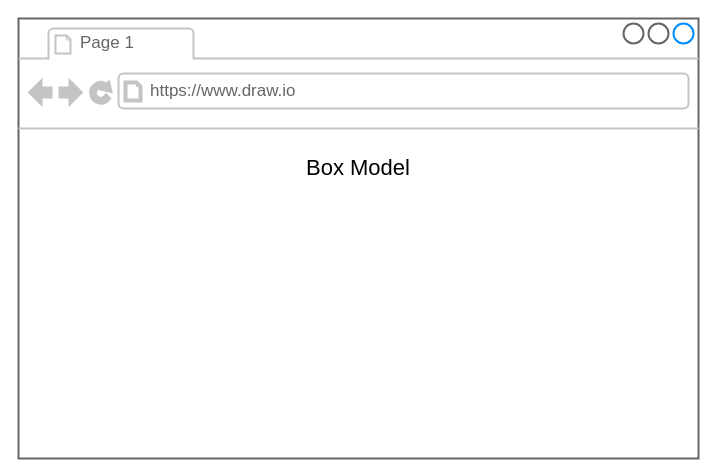
The draw.io diagram Fase 2.drawio in JoseSuarezLL/DSW-JoseSuarez-Periodo-301122_30, before the edit. Source tidied: cells renumbered, new cells numbered last; positions are measured from the earlier drawing's top-left corner, leaving out a move shared by most shapes. Both pictures are drawn from the tidied source at 100%, with x=0, y=0 at pixel (18, 18).
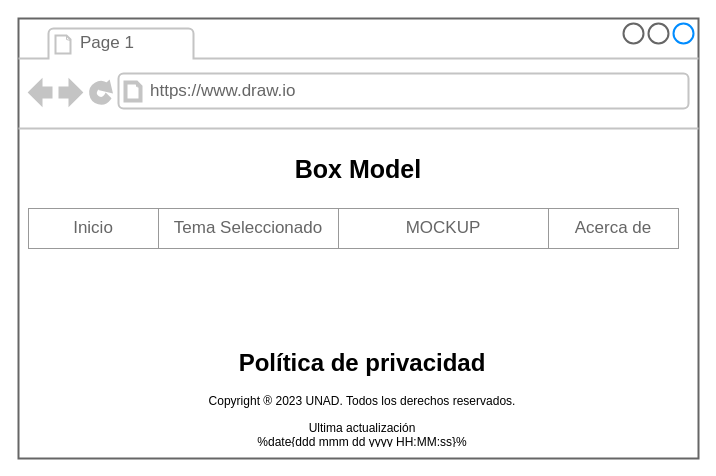
Above is the later version.

Change to the diagram source:
```diff
@@
 <mxGraphModel>
   <root>
     <mxCell id="0" />
     <mxCell id="1" parent="0" />
     <mxCell id="2" style="strokeWidth=2;shadow=0;dashed=0;align=center;html=1;shape=mxgraph.mockup.containers.browserWindow;rSize=0;strokeColor=#666666;strokeColor2=#008cff;strokeColor3=#c4c4c4;mainText=,;" parent="1" vertex="1">
       <mxGeometry width="680" height="440" as="geometry" />
     </mxCell>
     <mxCell id="3" value="Page 1" style="strokeWidth=1;shadow=0;dashed=0;align=center;html=1;shape=mxgraph.mockup.containers.anchor;fontSize=17;fontColor=#666666;align=left;" parent="2" vertex="1">
       <mxGeometry x="60" y="12" width="110" height="26" as="geometry" />
     </mxCell>
     <mxCell id="4" value="https://www.draw.io" style="strokeWidth=1;shadow=0;dashed=0;align=center;html=1;shape=mxgraph.mockup.containers.anchor;rSize=0;fontSize=17;fontColor=#666666;align=left;" parent="2" vertex="1">
       <mxGeometry x="130" y="60" width="250" height="26" as="geometry" />
     </mxCell>
-    <mxCell id="5" value="&lt;font style=&quot;font-size: 22px;&quot;&gt;Box Model&lt;/font&gt;" style="text;html=1;strokeColor=none;fillColor=none;align=center;verticalAlign=middle;whiteSpace=wrap;rounded=0;strokeWidth=7;perimeterSpacing=6;" parent="2" vertex="1">
+    <mxCell id="5" value="&lt;font style=&quot;font-size: 25px;&quot;&gt;Box Model&lt;/font&gt;" style="text;html=1;strokeColor=none;fillColor=none;align=center;verticalAlign=middle;whiteSpace=wrap;rounded=0;strokeWidth=7;perimeterSpacing=6;fontStyle=1;fontSize=25;" parent="2" vertex="1">
       <mxGeometry x="270" y="120" width="140" height="60" as="geometry" />
     </mxCell>
+    <mxCell id="6" style="strokeWidth=1;shadow=0;dashed=0;align=center;html=1;shape=mxgraph.mockup.forms.rrect;rSize=0;strokeColor=#999999;" parent="2" vertex="1">
+      <mxGeometry x="10" y="190" width="650" height="40" as="geometry" />
+    </mxCell>
+    <mxCell id="7" value="Inicio" style="strokeColor=inherit;fillColor=inherit;gradientColor=inherit;strokeWidth=1;shadow=0;dashed=0;align=center;html=1;shape=mxgraph.mockup.forms.rrect;rSize=0;fontSize=17;fontColor=#666666;whiteSpace=wrap;" parent="6" vertex="1">
+      <mxGeometry width="130" height="40" as="geometry" />
+    </mxCell>
+    <mxCell id="8" value="Tema Seleccionado" style="strokeColor=inherit;fillColor=inherit;gradientColor=inherit;strokeWidth=1;shadow=0;dashed=0;align=center;html=1;shape=mxgraph.mockup.forms.rrect;rSize=0;fontSize=17;fontColor=#666666;whiteSpace=wrap;" parent="6" vertex="1">
+      <mxGeometry x="130" width="180" height="40" as="geometry" />
+    </mxCell>
+    <mxCell id="9" value="MOCKUP" style="strokeColor=inherit;fillColor=inherit;gradientColor=inherit;strokeWidth=1;shadow=0;dashed=0;align=center;html=1;shape=mxgraph.mockup.forms.rrect;rSize=0;fontSize=17;fontColor=#666666;whiteSpace=wrap;" parent="6" vertex="1">
+      <mxGeometry x="310" width="210" height="40" as="geometry" />
+    </mxCell>
+    <mxCell id="10" value="Acerca de" style="strokeColor=inherit;fillColor=inherit;gradientColor=inherit;strokeWidth=1;shadow=0;dashed=0;align=center;html=1;shape=mxgraph.mockup.forms.rrect;rSize=0;fontSize=17;fontColor=#666666;whiteSpace=wrap;" parent="6" vertex="1">
+      <mxGeometry x="520" width="130" height="40" as="geometry" />
+    </mxCell>
+    <mxCell id="11" value="&lt;h1&gt;Política de privacidad&lt;/h1&gt;&lt;p&gt;Copyright&amp;nbsp;® 2023 UNAD. Todos los derechos reservados.&lt;/p&gt;" style="text;html=1;strokeColor=none;fillColor=none;spacing=5;spacingTop=-20;whiteSpace=wrap;overflow=hidden;rounded=0;align=center;" parent="2" vertex="1">
+      <mxGeometry x="144" y="325" width="400" height="75" as="geometry" />
+    </mxCell>
+    <mxCell id="12" value="Ultima actualización &lt;br&gt;%date{ddd mmm dd yyyy HH:MM:ss}%" style="text;html=1;strokeColor=none;fillColor=none;align=center;verticalAlign=middle;whiteSpace=wrap;overflow=hidden;" parent="2" vertex="1">
+      <mxGeometry x="154" y="400" width="380" height="30" as="geometry" />
+    </mxCell>
   </root>
 </mxGraphModel>
```
